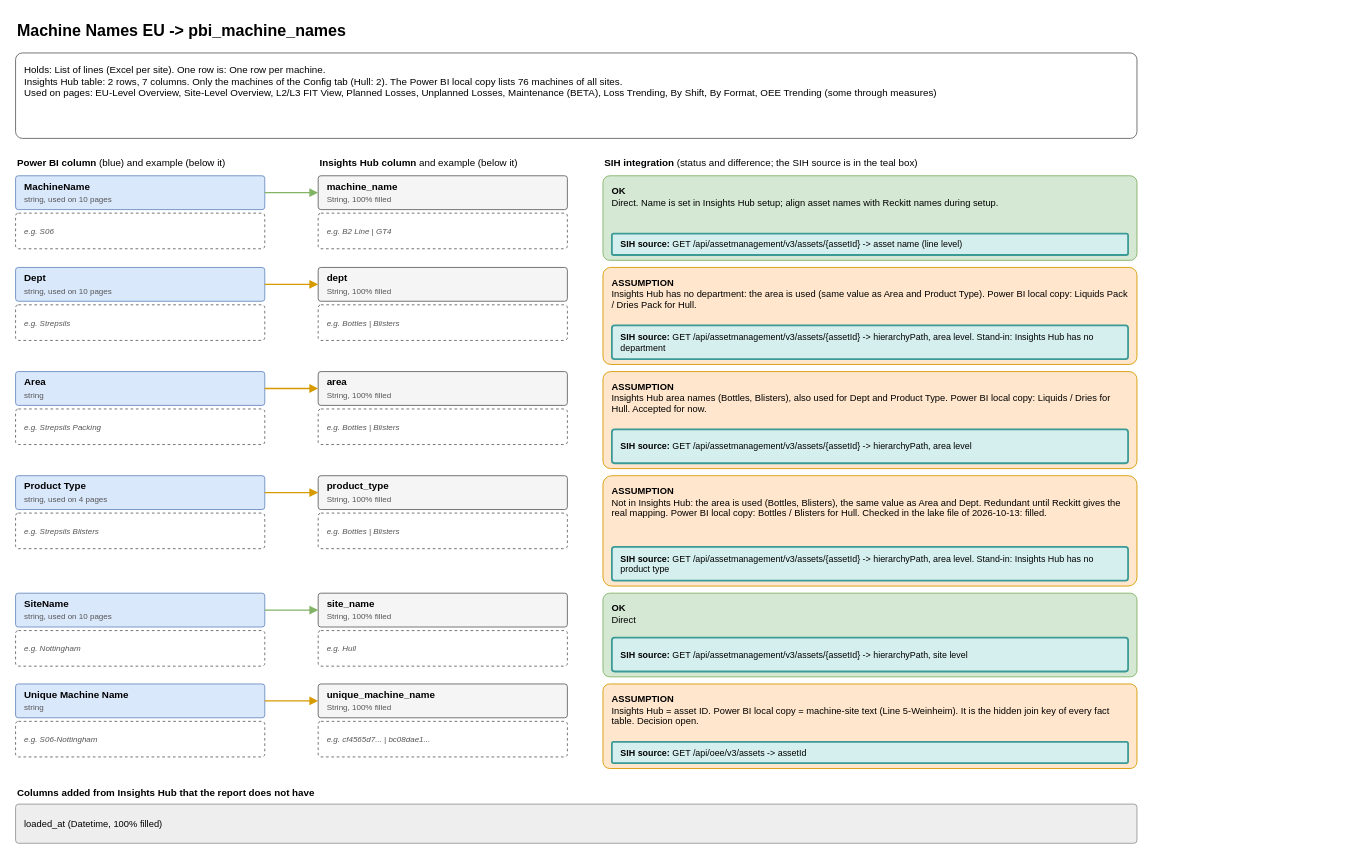
This is page "1 Machine Names EU" (2 of 10) of diagrams/powerbi-data-map.drawio from AbiyyuMufti/SIH-IBMX-R, a draw.io file, before an edit. Source tidied: cells renumbered, new cells numbered last; positions are measured from the earlier drawing's top-left corner, leaving out a move shared by most shapes. Both pictures are drawn from the tidied source at 89%, with x=0, y=0 at pixel (15, 15).
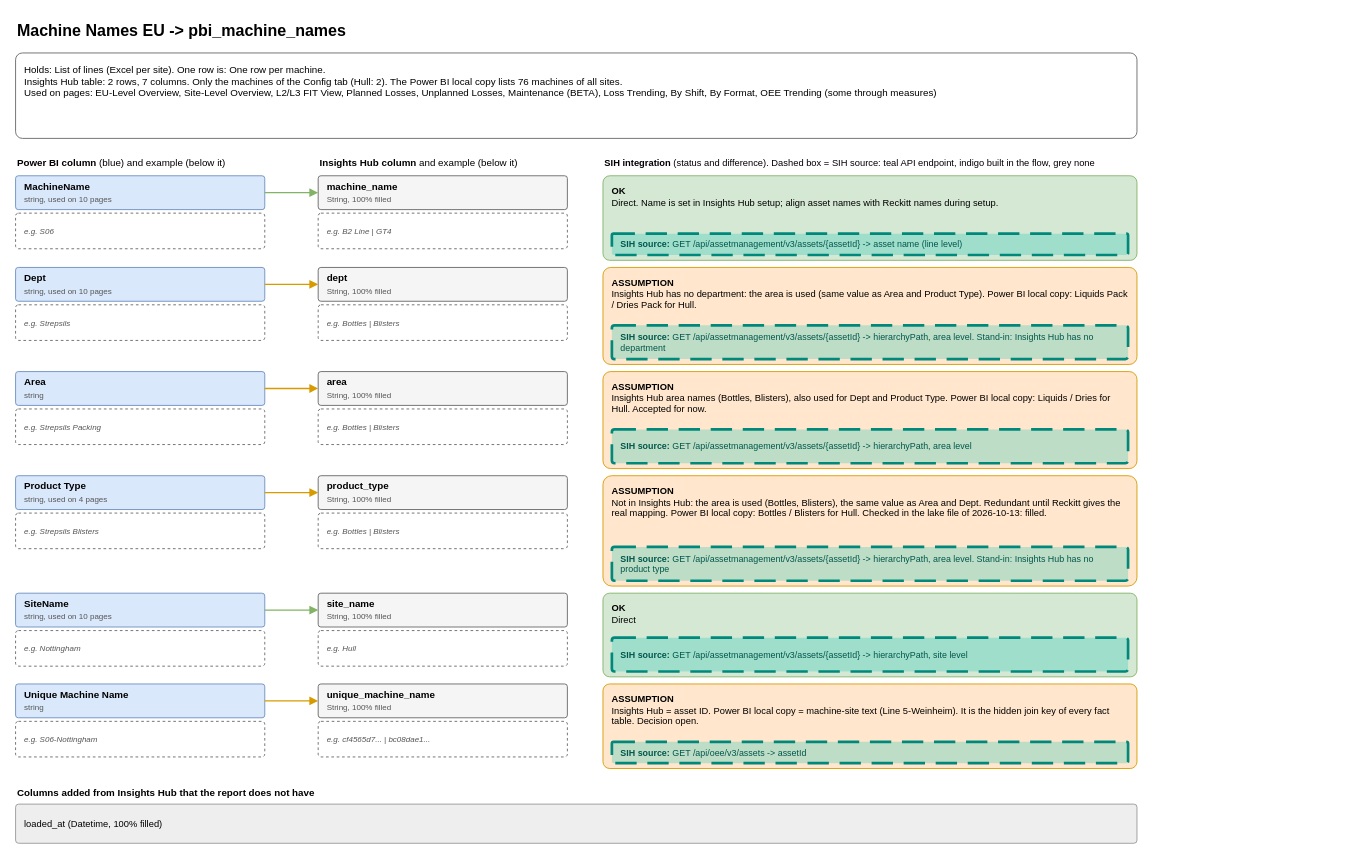
The same diagram, later.

Commit message (it also covers changes not shown here):
Diagram: SIH source boxes with bold dashed border, see-through fill, teal/indigo/grey

What changed in the source:
```diff
@@
-    <mxCell id="6" value="&lt;b&gt;SIH integration&lt;/b&gt; (status and difference; the SIH source is in the teal box)" style="text;html=1;whiteSpace=wrap;align=left;verticalAlign=top;fontSize=12;fontSize=11;" parent="1" vertex="1">
+    <mxCell id="6" value="&lt;b&gt;SIH integration&lt;/b&gt; (status and difference). Dashed box = SIH source: teal API endpoint, indigo built in the flow, grey none" style="text;html=1;whiteSpace=wrap;align=left;verticalAlign=top;fontSize=12;fontSize=10.5;" parent="1" vertex="1">
       <mxGeometry x="660" y="152" width="600" height="20" as="geometry" />
     </mxCell>
@@
-    <mxCell id="13" value="&lt;b&gt;SIH source: &lt;/b&gt;GET /api/assetmanagement/v3/assets/{assetId} -&amp;gt; asset name (line level)" style="rounded=1;whiteSpace=wrap;html=1;align=left;verticalAlign=middle;spacingLeft=8;spacingRight=6;spacingTop=2;spacingBottom=2;fontSize=11;arcSize=8;fillColor=#d5efee;strokeColor=#3c9a96;verticalAlign=middle;fontSize=10;strokeWidth=2;" parent="1" vertex="1">
+    <mxCell id="13" value="&lt;b&gt;SIH source: &lt;/b&gt;GET /api/assetmanagement/v3/assets/{assetId} -&amp;gt; asset name (line level)" style="rounded=1;whiteSpace=wrap;html=1;align=left;verticalAlign=middle;spacingLeft=8;spacingRight=6;spacingTop=2;spacingBottom=2;fontSize=11;arcSize=8;fillColor=#26C6B8;strokeColor=#00897B;verticalAlign=middle;fontSize=10;dashed=1;dashPattern=8 4;strokeWidth=3;fillOpacity=30;fontColor=#00574B;" parent="1" vertex="1">
       <mxGeometry x="670" y="245" width="580" height="24" as="geometry" />
     </mxCell>
@@
-    <mxCell id="20" value="&lt;b&gt;SIH source: &lt;/b&gt;GET /api/assetmanagement/v3/assets/{assetId} -&amp;gt; hierarchyPath, area level. Stand-in: Insights Hub has no department" style="rounded=1;whiteSpace=wrap;html=1;align=left;verticalAlign=middle;spacingLeft=8;spacingRight=6;spacingTop=2;spacingBottom=2;fontSize=11;arcSize=8;fillColor=#d5efee;strokeColor=#3c9a96;verticalAlign=middle;fontSize=10;strokeWidth=2;" parent="1" vertex="1">
+    <mxCell id="20" value="&lt;b&gt;SIH source: &lt;/b&gt;GET /api/assetmanagement/v3/assets/{assetId} -&amp;gt; hierarchyPath, area level. Stand-in: Insights Hub has no department" style="rounded=1;whiteSpace=wrap;html=1;align=left;verticalAlign=middle;spacingLeft=8;spacingRight=6;spacingTop=2;spacingBottom=2;fontSize=11;arcSize=8;fillColor=#26C6B8;strokeColor=#00897B;verticalAlign=middle;fontSize=10;dashed=1;dashPattern=8 4;strokeWidth=3;fillOpacity=30;fontColor=#00574B;" parent="1" vertex="1">
       <mxGeometry x="670" y="348" width="580" height="38" as="geometry" />
     </mxCell>
@@
-    <mxCell id="27" value="&lt;b&gt;SIH source: &lt;/b&gt;GET /api/assetmanagement/v3/assets/{assetId} -&amp;gt; hierarchyPath, area level" style="rounded=1;whiteSpace=wrap;html=1;align=left;verticalAlign=middle;spacingLeft=8;spacingRight=6;spacingTop=2;spacingBottom=2;fontSize=11;arcSize=8;fillColor=#d5efee;strokeColor=#3c9a96;verticalAlign=middle;fontSize=10;strokeWidth=2;" parent="1" vertex="1">
+    <mxCell id="27" value="&lt;b&gt;SIH source: &lt;/b&gt;GET /api/assetmanagement/v3/assets/{assetId} -&amp;gt; hierarchyPath, area level" style="rounded=1;whiteSpace=wrap;html=1;align=left;verticalAlign=middle;spacingLeft=8;spacingRight=6;spacingTop=2;spacingBottom=2;fontSize=11;arcSize=8;fillColor=#26C6B8;strokeColor=#00897B;verticalAlign=middle;fontSize=10;dashed=1;dashPattern=8 4;strokeWidth=3;fillOpacity=30;fontColor=#00574B;" parent="1" vertex="1">
       <mxGeometry x="670" y="465" width="580" height="38" as="geometry" />
     </mxCell>
@@
-    <mxCell id="34" value="&lt;b&gt;SIH source: &lt;/b&gt;GET /api/assetmanagement/v3/assets/{assetId} -&amp;gt; hierarchyPath, area level. Stand-in: Insights Hub has no product type" style="rounded=1;whiteSpace=wrap;html=1;align=left;verticalAlign=middle;spacingLeft=8;spacingRight=6;spacingTop=2;spacingBottom=2;fontSize=11;arcSize=8;fillColor=#d5efee;strokeColor=#3c9a96;verticalAlign=middle;fontSize=10;strokeWidth=2;" parent="1" vertex="1">
+    <mxCell id="34" value="&lt;b&gt;SIH source: &lt;/b&gt;GET /api/assetmanagement/v3/assets/{assetId} -&amp;gt; hierarchyPath, area level. Stand-in: Insights Hub has no product type" style="rounded=1;whiteSpace=wrap;html=1;align=left;verticalAlign=middle;spacingLeft=8;spacingRight=6;spacingTop=2;spacingBottom=2;fontSize=11;arcSize=8;fillColor=#26C6B8;strokeColor=#00897B;verticalAlign=middle;fontSize=10;dashed=1;dashPattern=8 4;strokeWidth=3;fillOpacity=30;fontColor=#00574B;" parent="1" vertex="1">
       <mxGeometry x="670" y="597" width="580" height="38" as="geometry" />
     </mxCell>
@@
-    <mxCell id="41" value="&lt;b&gt;SIH source: &lt;/b&gt;GET /api/assetmanagement/v3/assets/{assetId} -&amp;gt; hierarchyPath, site level" style="rounded=1;whiteSpace=wrap;html=1;align=left;verticalAlign=middle;spacingLeft=8;spacingRight=6;spacingTop=2;spacingBottom=2;fontSize=11;arcSize=8;fillColor=#d5efee;strokeColor=#3c9a96;verticalAlign=middle;fontSize=10;strokeWidth=2;" parent="1" vertex="1">
+    <mxCell id="41" value="&lt;b&gt;SIH source: &lt;/b&gt;GET /api/assetmanagement/v3/assets/{assetId} -&amp;gt; hierarchyPath, site level" style="rounded=1;whiteSpace=wrap;html=1;align=left;verticalAlign=middle;spacingLeft=8;spacingRight=6;spacingTop=2;spacingBottom=2;fontSize=11;arcSize=8;fillColor=#26C6B8;strokeColor=#00897B;verticalAlign=middle;fontSize=10;dashed=1;dashPattern=8 4;strokeWidth=3;fillOpacity=30;fontColor=#00574B;" parent="1" vertex="1">
       <mxGeometry x="670" y="699" width="580" height="38" as="geometry" />
     </mxCell>
@@
-    <mxCell id="48" value="&lt;b&gt;SIH source: &lt;/b&gt;GET /api/oee/v3/assets -&amp;gt; assetId" style="rounded=1;whiteSpace=wrap;html=1;align=left;verticalAlign=middle;spacingLeft=8;spacingRight=6;spacingTop=2;spacingBottom=2;fontSize=11;arcSize=8;fillColor=#d5efee;strokeColor=#3c9a96;verticalAlign=middle;fontSize=10;strokeWidth=2;" parent="1" vertex="1">
+    <mxCell id="48" value="&lt;b&gt;SIH source: &lt;/b&gt;GET /api/oee/v3/assets -&amp;gt; assetId" style="rounded=1;whiteSpace=wrap;html=1;align=left;verticalAlign=middle;spacingLeft=8;spacingRight=6;spacingTop=2;spacingBottom=2;fontSize=11;arcSize=8;fillColor=#26C6B8;strokeColor=#00897B;verticalAlign=middle;fontSize=10;dashed=1;dashPattern=8 4;strokeWidth=3;fillOpacity=30;fontColor=#00574B;" parent="1" vertex="1">
       <mxGeometry x="670" y="816" width="580" height="24" as="geometry" />
     </mxCell>
```
